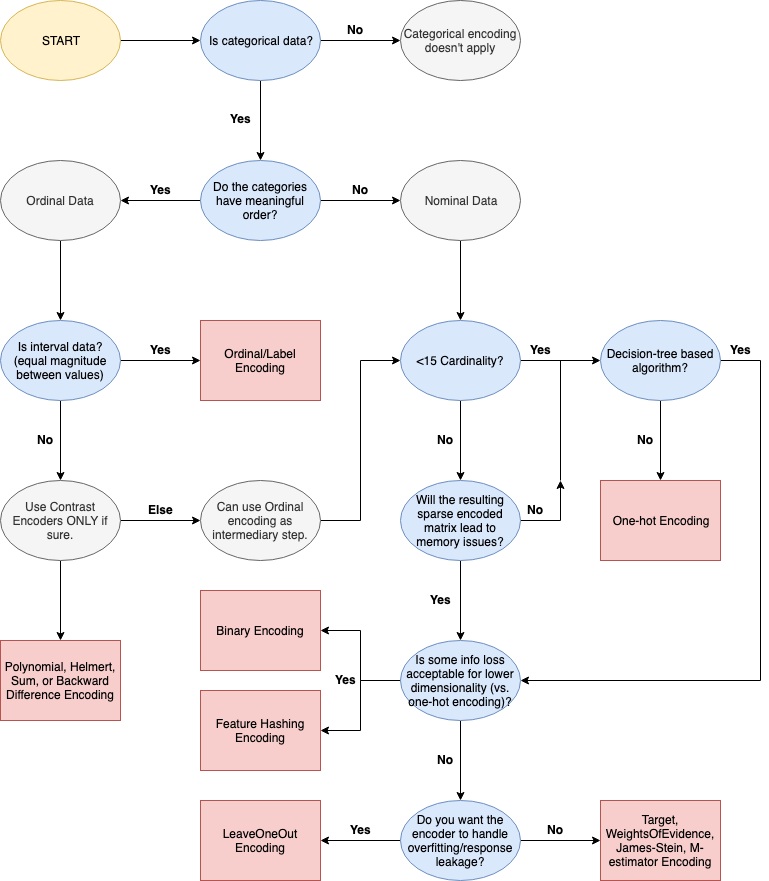
alteryx/categorical_encoding keeps this draw.io diagram as flowchart/Categorical Encoding Flowchart.png. Above is the earlier version. Source tidied: cells renumbered, new cells last; positions are measured from the earlier drawing's top-left corner, leaving out a move shared by most shapes.
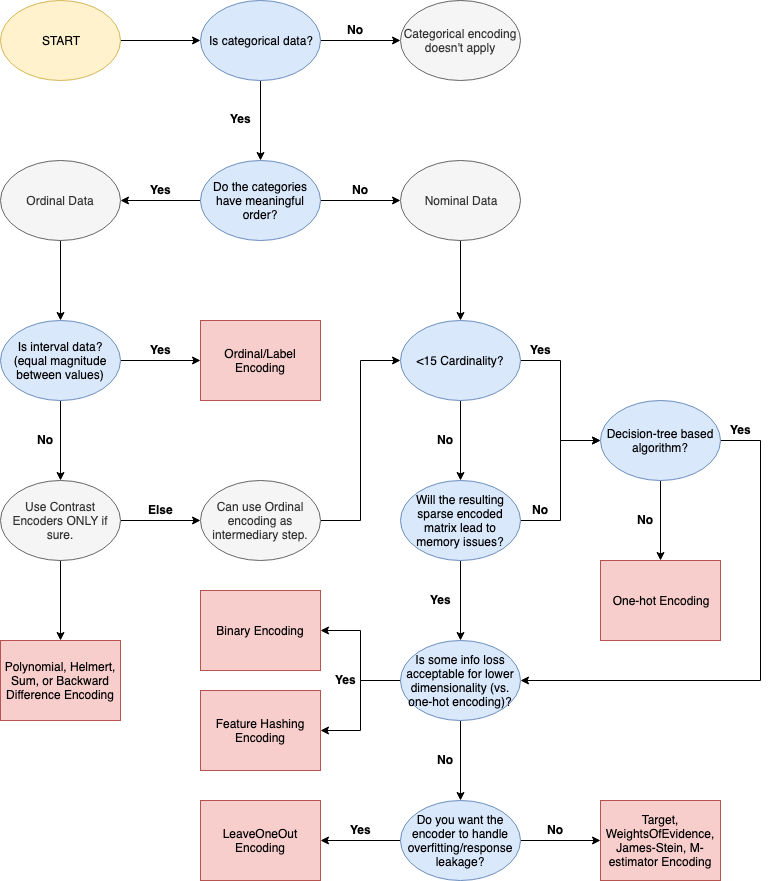
Above is the later version.

Commit message:
changed flowchart and started demo2

Change to the diagram source:
```diff
@@ -80,14 +80,9 @@
     <mxCell id="27" style="edgeStyle=orthogonalEdgeStyle;rounded=0;jettySize=auto;html=1;" parent="1" edge="1" source="29" target="33">
       <mxGeometry relative="1" as="geometry" />
     </mxCell>
-    <mxCell id="28" style="edgeStyle=orthogonalEdgeStyle;rounded=0;jettySize=auto;html=1;" parent="1" edge="1" source="29">
-      <mxGeometry relative="1" as="geometry">
-        <mxPoint x="560" y="480" as="targetPoint" />
-        <Array as="points">
-          <mxPoint x="560" y="520" />
-        </Array>
-      </mxGeometry>
-    </mxCell>
+    <mxCell id="64" style="edgeStyle=orthogonalEdgeStyle;rounded=0;jettySize=auto;html=1;exitX=1;exitY=0.5;exitDx=0;exitDy=0;entryX=0;entryY=0.5;entryDx=0;entryDy=0;" parent="1" edge="1" source="29" target="60">
+      <mxGeometry relative="1" as="geometry" />
+    </mxCell>
     <mxCell id="29" value="Will the resulting sparse encoded matrix lead to memory issues?" style="ellipse;whiteSpace=wrap;html=1;fillColor=#dae8fc;strokeColor=#6c8ebf;" parent="1" vertex="1">
       <mxGeometry x="400" y="480" width="120" height="80" as="geometry" />
     </mxCell>
@@ -97,11 +92,11 @@
     <mxCell id="31" style="edgeStyle=orthogonalEdgeStyle;rounded=0;jettySize=auto;html=1;" parent="1" edge="1" source="33" target="39">
       <mxGeometry relative="1" as="geometry" />
     </mxCell>
-    <mxCell id="32" style="edgeStyle=orthogonalEdgeStyle;rounded=0;jettySize=auto;html=1;" parent="1" edge="1" source="33">
-      <mxGeometry relative="1" as="geometry">
-        <mxPoint x="460" y="800" as="targetPoint" />
-      </mxGeometry>
-    </mxCell>
+    <mxCell id="65" style="edgeStyle=orthogonalEdgeStyle;rounded=0;jettySize=auto;html=1;" parent="1" edge="1" source="33">
+      <mxGeometry relative="1" as="geometry">
+        <mxPoint x="460" y="800" as="targetPoint" />
+      </mxGeometry>
+    </mxCell>
     <mxCell id="33" value="Is some info loss acceptable for lower dimensionality (vs. one-hot encoding)?" style="ellipse;whiteSpace=wrap;html=1;fillColor=#dae8fc;strokeColor=#6c8ebf;" parent="1" vertex="1">
       <mxGeometry x="400" y="640" width="120" height="80" as="geometry" />
     </mxCell>
@@ -127,7 +122,7 @@
       <mxGeometry x="200" y="590" width="120" height="80" as="geometry" />
     </mxCell>
     <mxCell id="41" value="One-hot Encoding" style="rectangle;whiteSpace=wrap;html=1;fillColor=#f8cecc;strokeColor=#b85450;" parent="1" vertex="1">
-      <mxGeometry x="600" y="480" width="120" height="80" as="geometry" />
+      <mxGeometry x="600" y="560" width="120" height="80" as="geometry" />
     </mxCell>
     <mxCell id="42" value="Categorical encoding doesn't apply" style="ellipse;whiteSpace=wrap;html=1;fillColor=#f5f5f5;strokeColor=#666666;fontColor=#333333;" parent="1" vertex="1">
       <mxGeometry x="400" width="120" height="80" as="geometry" />
@@ -141,9 +136,9 @@
     <mxCell id="45" value="No" style="text;align=center;verticalAlign=top;spacingTop=-4;fontSize=12;fontStyle=1;" parent="1" vertex="1">
       <mxGeometry x="430" y="430" width="30" height="20" as="geometry" />
     </mxCell>
-    <mxCell id="46" value="No" style="text;align=center;verticalAlign=top;spacingTop=-4;fontSize=12;fontStyle=1;" parent="1" vertex="1">
-      <mxGeometry x="520" y="500" width="30" height="20" as="geometry" />
-    </mxCell>
+    <mxCell id="66" value="No" style="text;align=center;verticalAlign=top;spacingTop=-4;fontSize=12;fontStyle=1;" parent="1" vertex="1">
+      <mxGeometry x="525" y="500" width="30" height="20" as="geometry" />
+    </mxCell>
     <mxCell id="47" value="No" style="text;align=center;verticalAlign=top;spacingTop=-4;fontSize=12;fontStyle=1;" parent="1" vertex="1">
       <mxGeometry x="30" y="430" width="30" height="20" as="geometry" />
     </mxCell>
@@ -180,28 +175,22 @@
     <mxCell id="58" style="edgeStyle=orthogonalEdgeStyle;rounded=0;jettySize=auto;html=1;" parent="1" edge="1" source="60" target="41">
       <mxGeometry relative="1" as="geometry" />
     </mxCell>
-    <mxCell id="59" style="edgeStyle=orthogonalEdgeStyle;rounded=0;jettySize=auto;html=1;entryX=1;entryY=0.5;entryDx=0;entryDy=0;" parent="1" edge="1" source="60" target="33">
+    <mxCell id="59" style="edgeStyle=orthogonalEdgeStyle;rounded=0;jettySize=auto;html=1;entryX=1;entryY=0.5;entryDx=0;entryDy=0;exitX=1;exitY=0.5;exitDx=0;exitDy=0;" parent="1" edge="1" source="60" target="33">
       <mxGeometry relative="1" as="geometry">
         <Array as="points">
-          <mxPoint x="760" y="360" />
+          <mxPoint x="760" y="440" />
           <mxPoint x="760" y="680" />
         </Array>
       </mxGeometry>
     </mxCell>
     <mxCell id="60" value="Decision-tree based algorithm?" style="ellipse;whiteSpace=wrap;html=1;fillColor=#dae8fc;strokeColor=#6c8ebf;" parent="1" vertex="1">
-      <mxGeometry x="600" y="320" width="120" height="80" as="geometry" />
+      <mxGeometry x="600" y="400" width="120" height="80" as="geometry" />
     </mxCell>
-    <mxCell id="61" value="No" style="text;align=center;verticalAlign=top;spacingTop=-4;fontSize=12;fontStyle=1;" parent="1" vertex="1">
-      <mxGeometry x="630" y="430" width="30" height="20" as="geometry" />
-    </mxCell>
+    <mxCell id="67" value="No" style="text;align=center;verticalAlign=top;spacingTop=-4;fontSize=12;fontStyle=1;" parent="1" vertex="1">
+      <mxGeometry x="630" y="510" width="30" height="20" as="geometry" />
+    </mxCell>
     <mxCell id="62" value="&lt;b&gt;Yes&lt;/b&gt;" style="text;html=1;align=center;verticalAlign=top;spacingTop=-4;fontSize=12;" parent="1" vertex="1">
-      <mxGeometry x="720" y="340" width="40" height="20" as="geometry" />
+      <mxGeometry x="720" y="420" width="40" height="20" as="geometry" />
     </mxCell>
-    <mxCell id="63" style="endArrow=none;html=1;" parent="1" edge="1">
-      <mxGeometry relative="1" as="geometry">
-        <mxPoint x="560" y="480" as="sourcePoint" />
-        <mxPoint x="560" y="360" as="targetPoint" />
-      </mxGeometry>
-    </mxCell>
   </root>
 </mxGraphModel>
```
